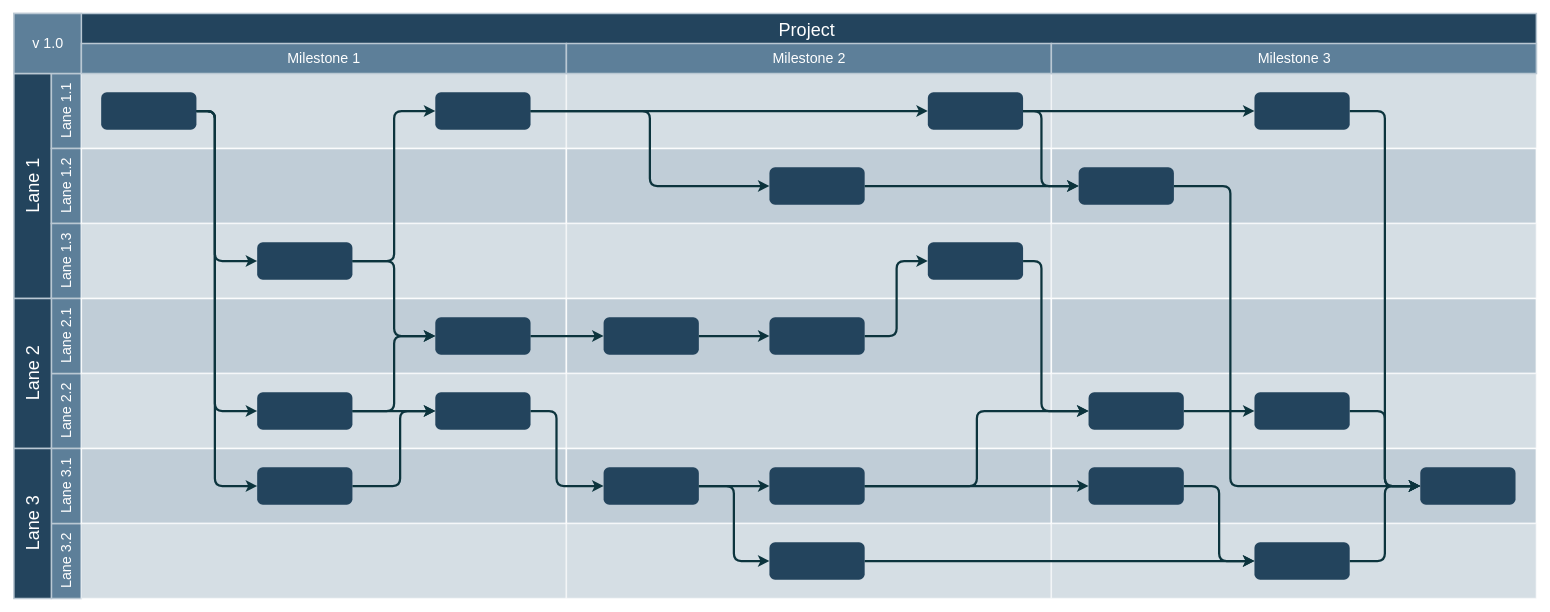
Above: 未命名绘图.drawio in ClaudXue/Test_Project (draw.io), before the change. Source tidied: cells renumbered, new cells numbered last; positions are measured from the earlier drawing's top-left corner, leaving out a move shared by most shapes. Both pictures are drawn from the tidied source at 75%, with x=0, y=0 at pixel (14, 13).
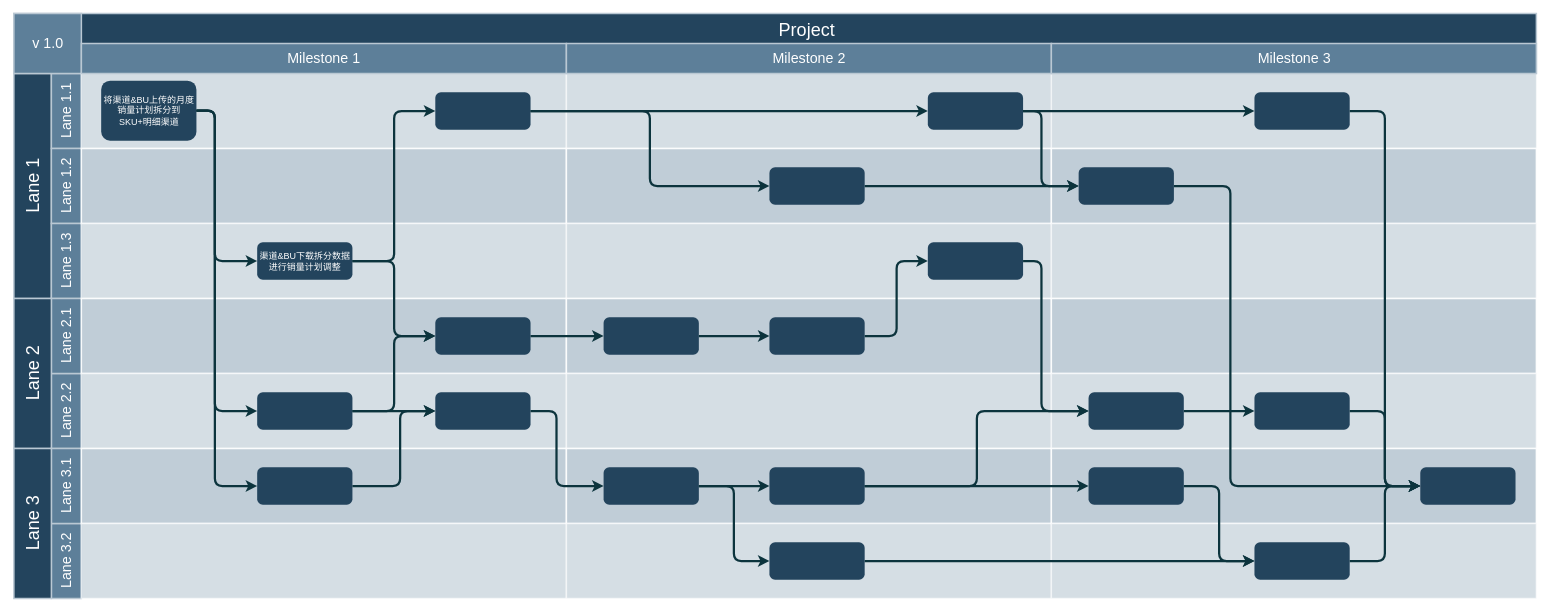
The same page after the edit.

Change to the diagram source:
```diff
@@
-    <mxCell id="36" style="rounded=1;fillColor=#23445D;strokeColor=none;strokeWidth=2;fontFamily=Helvetica;html=1;gradientColor=none;" parent="1" vertex="1">
-      <mxGeometry x="116.4" y="105.5" width="127" height="50" as="geometry" />
+    <mxCell id="36" value="&lt;font color=&quot;#ffffff&quot;&gt;将渠道&amp;amp;BU上传的月度&lt;br&gt;销量计划拆分到 &lt;br&gt;SKU+明细渠道&lt;/font&gt;" style="rounded=1;fillColor=#23445D;strokeColor=none;strokeWidth=2;fontFamily=Helvetica;html=1;gradientColor=none;" parent="1" vertex="1">
+      <mxGeometry x="116.4" y="90" width="127" height="80" as="geometry" />
     </mxCell>
@@
-    <mxCell id="38" style="rounded=1;fillColor=#23445D;strokeColor=none;strokeWidth=2;fontFamily=Helvetica;html=1;gradientColor=none;" parent="1" vertex="1">
+    <mxCell id="38" value="&lt;span style=&quot;color: rgb(255, 255, 255);&quot;&gt;渠道&amp;amp;BU下载拆分数据&lt;br&gt;进行销量计划调整&lt;/span&gt;" style="rounded=1;fillColor=#23445D;strokeColor=none;strokeWidth=2;fontFamily=Helvetica;html=1;gradientColor=none;" parent="1" vertex="1">
       <mxGeometry x="324.4" y="305.5" width="127" height="50" as="geometry" />
     </mxCell>
```
